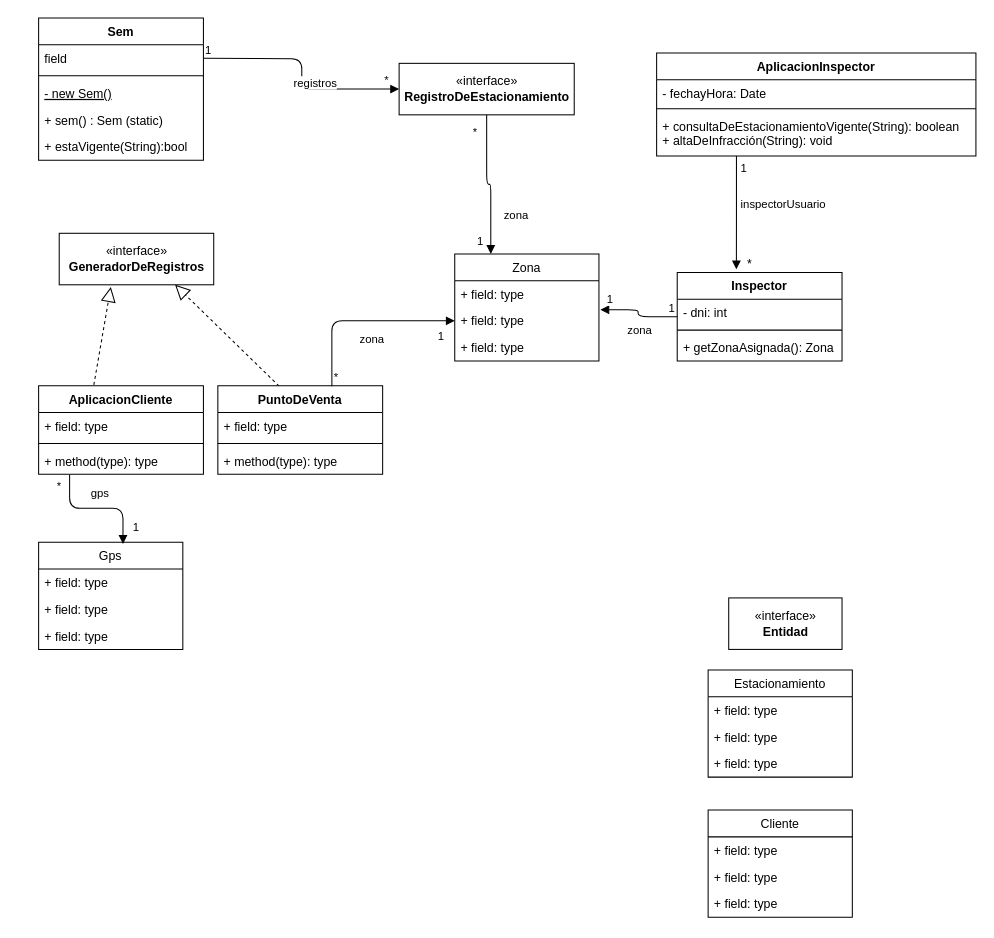
laautarolopez/grupo9-tpintegrador keeps this draw.io diagram as Untitled Diagram.drawio. Above is the earlier version. Source tidied: cells renumbered, new cells numbered last; positions are measured from the earlier drawing's top-left corner, leaving out a move shared by most shapes. Both pictures are drawn from the tidied source at 103%, with x=0, y=0 at pixel (38, 18).
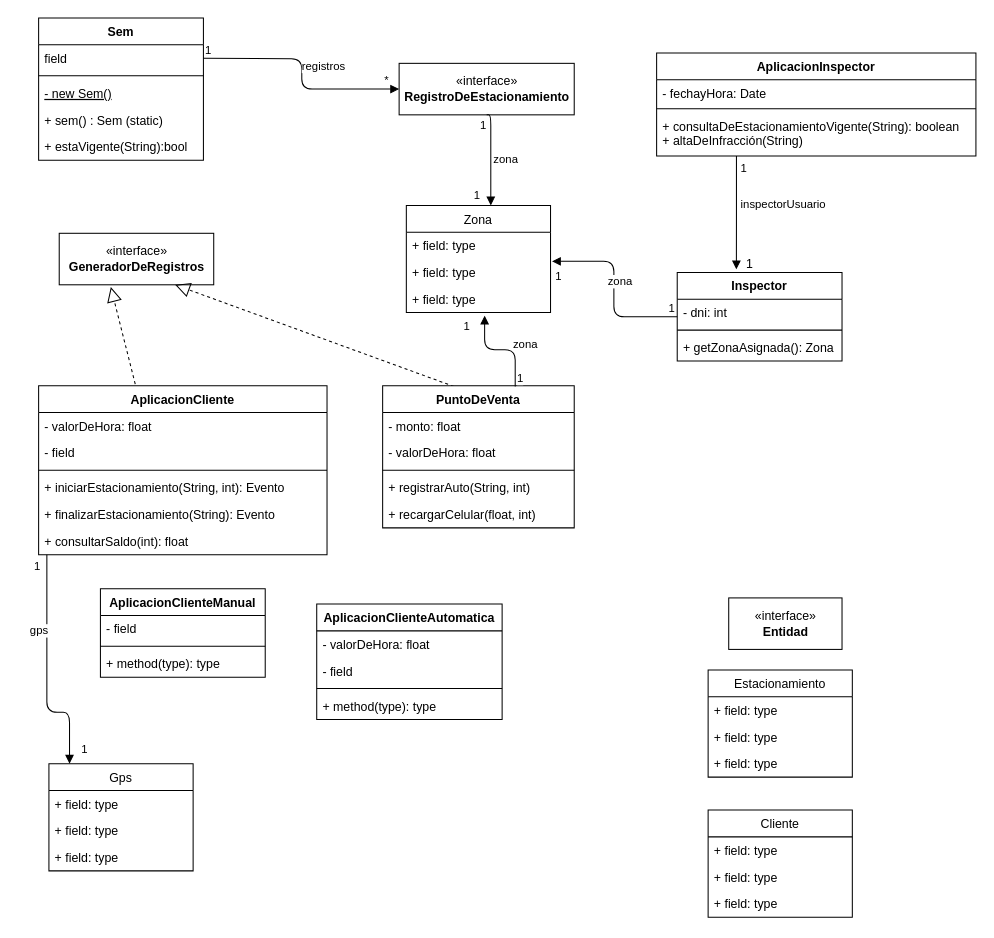
Above is the later version.

Unchanged cells that the change refers to:
```xml
<mxCell id="2" value="«interface»&lt;br&gt;&lt;b&gt;RegistroDeEstacionamiento&lt;/b&gt;" style="html=1;" parent="1" vertex="1">
  <mxGeometry x="350" y="44" width="170" height="50" as="geometry" />
</mxCell>
<mxCell id="19" value="+ field: type" style="text;strokeColor=none;fillColor=none;align=left;verticalAlign=top;spacingLeft=4;spacingRight=4;overflow=hidden;points=[[0,0.5],[1,0.5]];portConstraint=eastwest;" parent="17" vertex="1">
  <mxGeometry y="52" width="140" height="26" as="geometry" />
</mxCell>
<mxCell id="20" value="+ field: type" style="text;strokeColor=none;fillColor=none;align=left;verticalAlign=top;spacingLeft=4;spacingRight=4;overflow=hidden;points=[[0,0.5],[1,0.5]];portConstraint=eastwest;" parent="17" vertex="1">
  <mxGeometry y="78" width="140" height="26" as="geometry" />
</mxCell>
<mxCell id="46" value="AplicacionInspector" style="swimlane;fontStyle=1;align=center;verticalAlign=top;horizontal=1;startSize=26;" parent="1" vertex="1">
  <mxGeometry x="600" y="34" width="310" height="100" as="geometry" />
</mxCell>
```

What changed in the source:
```diff
@@
     <mxCell id="3" value="registros" style="endArrow=block;endFill=1;html=1;edgeStyle=orthogonalEdgeStyle;align=left;verticalAlign=top;entryX=0;entryY=0.5;entryDx=0;entryDy=0;exitX=1;exitY=0.5;exitDx=0;exitDy=0;" parent="1" edge="1" target="2">
-      <mxGeometry x="0.01" y="-5" relative="1" as="geometry">
+      <mxGeometry x="-0.14" y="5" relative="1" as="geometry">
         <mxPoint x="160" y="39" as="sourcePoint" />
-        <mxPoint x="-5" y="-5" as="offset" />
       </mxGeometry>
     </mxCell>
@@
     <mxCell id="9" value="AplicacionCliente" style="swimlane;fontStyle=1;align=center;verticalAlign=top;horizontal=1;startSize=26;" parent="1" vertex="1">
-      <mxGeometry y="357" width="160" height="86" as="geometry" />
+      <mxGeometry y="357" width="280" height="164" as="geometry" />
     </mxCell>
+    <mxCell id="63" value="- valorDeHora: float" style="text;strokeColor=none;fillColor=none;align=left;verticalAlign=top;spacingLeft=4;spacingRight=4;overflow=hidden;" parent="9" vertex="1">
+      <mxGeometry y="26" width="280" height="26" as="geometry" />
+    </mxCell>
-    <mxCell id="10" value="+ field: type" style="text;strokeColor=none;fillColor=none;align=left;verticalAlign=top;spacingLeft=4;spacingRight=4;overflow=hidden;" parent="9" vertex="1">
-      <mxGeometry y="26" width="160" height="26" as="geometry" />
+    <mxCell id="10" value="- field" style="text;strokeColor=none;fillColor=none;align=left;verticalAlign=top;spacingLeft=4;spacingRight=4;overflow=hidden;" parent="9" vertex="1">
+      <mxGeometry y="52" width="280" height="26" as="geometry" />
     </mxCell>
     <mxCell id="11" style="line;strokeWidth=1;fillColor=none;align=left;verticalAlign=middle;spacingTop=-1;spacingLeft=3;spacingRight=3;labelPosition=right;" parent="9" vertex="1">
-      <mxGeometry y="52" width="160" height="8" as="geometry" />
+      <mxGeometry y="78" width="280" height="8" as="geometry" />
     </mxCell>
+    <mxCell id="64" value="+ iniciarEstacionamiento(String, int): Evento" style="text;strokeColor=none;fillColor=none;align=left;verticalAlign=top;spacingLeft=4;spacingRight=4;overflow=hidden;" parent="9" vertex="1">
+      <mxGeometry y="86" width="280" height="26" as="geometry" />
+    </mxCell>
+    <mxCell id="65" value="+ finalizarEstacionamiento(String): Evento" style="text;strokeColor=none;fillColor=none;align=left;verticalAlign=top;spacingLeft=4;spacingRight=4;overflow=hidden;" parent="9" vertex="1">
+      <mxGeometry y="112" width="280" height="26" as="geometry" />
+    </mxCell>
-    <mxCell id="12" value="+ method(type): type" style="text;strokeColor=none;fillColor=none;align=left;verticalAlign=top;spacingLeft=4;spacingRight=4;overflow=hidden;points=[[0,0.5],[1,0.5]];portConstraint=eastwest;" parent="9" vertex="1">
-      <mxGeometry y="60" width="160" height="26" as="geometry" />
+    <mxCell id="12" value="+ consultarSaldo(int): float" style="text;strokeColor=none;fillColor=none;align=left;verticalAlign=top;spacingLeft=4;spacingRight=4;overflow=hidden;points=[[0,0.5],[1,0.5]];portConstraint=eastwest;" parent="9" vertex="1">
+      <mxGeometry y="138" width="280" height="26" as="geometry" />
     </mxCell>
     <mxCell id="13" value="PuntoDeVenta" style="swimlane;fontStyle=1;align=center;verticalAlign=top;horizontal=1;startSize=26;" parent="1" vertex="1">
-      <mxGeometry x="174" y="357" width="160" height="86" as="geometry" />
+      <mxGeometry x="334" y="357" width="186" height="138" as="geometry" />
     </mxCell>
-    <mxCell id="14" value="+ field: type" style="text;strokeColor=none;fillColor=none;align=left;verticalAlign=top;spacingLeft=4;spacingRight=4;overflow=hidden;" parent="13" vertex="1">
-      <mxGeometry y="26" width="160" height="26" as="geometry" />
+    <mxCell id="14" value="- monto: float" style="text;strokeColor=none;fillColor=none;align=left;verticalAlign=top;spacingLeft=4;spacingRight=4;overflow=hidden;" parent="13" vertex="1">
+      <mxGeometry y="26" width="186" height="26" as="geometry" />
     </mxCell>
+    <mxCell id="66" value="- valorDeHora: float" style="text;strokeColor=none;fillColor=none;align=left;verticalAlign=top;spacingLeft=4;spacingRight=4;overflow=hidden;" parent="13" vertex="1">
+      <mxGeometry y="52" width="186" height="26" as="geometry" />
+    </mxCell>
     <mxCell id="15" style="line;strokeWidth=1;fillColor=none;align=left;verticalAlign=middle;spacingTop=-1;spacingLeft=3;spacingRight=3;labelPosition=right;" parent="13" vertex="1">
-      <mxGeometry y="52" width="160" height="8" as="geometry" />
+      <mxGeometry y="78" width="186" height="8" as="geometry" />
     </mxCell>
-    <mxCell id="16" value="+ method(type): type" style="text;strokeColor=none;fillColor=none;align=left;verticalAlign=top;spacingLeft=4;spacingRight=4;overflow=hidden;" parent="13" vertex="1">
-      <mxGeometry y="60" width="160" height="26" as="geometry" />
+    <mxCell id="16" value="+ registrarAuto(String, int)" style="text;strokeColor=none;fillColor=none;align=left;verticalAlign=top;spacingLeft=4;spacingRight=4;overflow=hidden;" parent="13" vertex="1">
+      <mxGeometry y="86" width="186" height="26" as="geometry" />
     </mxCell>
+    <mxCell id="67" value="+ recargarCelular(float, int)" style="text;strokeColor=none;fillColor=none;align=left;verticalAlign=top;spacingLeft=4;spacingRight=4;overflow=hidden;" parent="13" vertex="1">
+      <mxGeometry y="112" width="186" height="26" as="geometry" />
+    </mxCell>
     <mxCell id="17" value="Zona" style="swimlane;fontStyle=0;horizontal=1;startSize=26;fillColor=none;" parent="1" vertex="1">
-      <mxGeometry x="404" y="229" width="140" height="104" as="geometry" />
+      <mxGeometry x="357" y="182" width="140" height="104" as="geometry" />
     </mxCell>
@@
     <mxCell id="21" value="Gps" style="swimlane;fontStyle=0;horizontal=1;startSize=26;fillColor=none;" parent="1" vertex="1">
-      <mxGeometry y="509" width="140" height="104" as="geometry" />
+      <mxGeometry x="10" y="724" width="140" height="104" as="geometry" />
     </mxCell>
@@
-    <mxCell id="25" value="gps" style="endArrow=block;endFill=1;html=1;edgeStyle=orthogonalEdgeStyle;align=left;verticalAlign=top;exitX=0.188;exitY=1.02;exitDx=0;exitDy=0;exitPerimeter=0;entryX=0.585;entryY=0.015;entryDx=0;entryDy=0;entryPerimeter=0;" parent="1" edge="1" source="12" target="21">
-      <mxGeometry x="-0.12" y="27" relative="1" as="geometry">
-        <mxPoint x="-1" as="offset" />
+    <mxCell id="25" value="gps" style="endArrow=block;endFill=1;html=1;edgeStyle=orthogonalEdgeStyle;align=left;verticalAlign=top;" parent="1" edge="1" source="12" target="21">
+      <mxGeometry x="-0.46" y="-18" relative="1" as="geometry">
+        <Array as="points">
+          <mxPoint x="8" y="674" />
+          <mxPoint x="30" y="674" />
+        </Array>
       </mxGeometry>
     </mxCell>
-    <mxCell id="26" value="*" style="edgeLabel;html=1;align=left;verticalAlign=bottom;" parent="25" vertex="1">
+    <mxCell id="26" value="1" style="edgeLabel;html=1;align=left;verticalAlign=bottom;" parent="25" vertex="1">
       <mxGeometry x="-1" relative="1" as="geometry">
         <mxPoint x="-14" y="19" as="offset" />
       </mxGeometry>
     </mxCell>
     <mxCell id="27" value="1" style="edgeLabel;html=1;align=left;verticalAlign=bottom;" parent="1" vertex="1">
-      <mxGeometry x="30" y="479" as="geometry">
+      <mxGeometry x="-20" y="694" as="geometry">
         <mxPoint x="60" y="24" as="offset" />
       </mxGeometry>
     </mxCell>
-    <mxCell id="28" value="zona" style="endArrow=block;endFill=1;html=1;edgeStyle=orthogonalEdgeStyle;align=left;verticalAlign=top;exitX=0.692;exitY=0.005;exitDx=0;exitDy=0;exitPerimeter=0;" parent="1" edge="1" source="13" target="19">
-      <mxGeometry x="-0.36" y="-25" relative="1" as="geometry" />
+    <mxCell id="28" value="zona" style="endArrow=block;endFill=1;html=1;edgeStyle=orthogonalEdgeStyle;align=left;verticalAlign=top;exitX=0.692;exitY=0.005;exitDx=0;exitDy=0;exitPerimeter=0;entryX=0.543;entryY=1.115;entryDx=0;entryDy=0;entryPerimeter=0;" parent="1" edge="1" source="13" target="20">
+      <mxGeometry x="-0.27" y="18" relative="1" as="geometry">
+        <Array as="points">
+          <mxPoint x="463" y="322" />
+          <mxPoint x="433" y="322" />
+        </Array>
+        <mxPoint x="-3" y="-36" as="offset" />
+      </mxGeometry>
     </mxCell>
-    <mxCell id="29" value="*" style="edgeLabel;html=1;align=left;verticalAlign=bottom;" parent="28" vertex="1">
+    <mxCell id="29" value="1" style="edgeLabel;html=1;align=left;verticalAlign=bottom;" parent="28" vertex="1">
       <mxGeometry x="-1" relative="1" as="geometry" />
     </mxCell>
     <mxCell id="30" value="1" style="edgeLabel;html=1;align=left;verticalAlign=bottom;" parent="1" vertex="1">
-      <mxGeometry x="294.7" y="367.4" as="geometry">
+      <mxGeometry x="320" y="357" as="geometry">
         <mxPoint x="91" y="-50" as="offset" />
       </mxGeometry>
     </mxCell>
-    <mxCell id="31" value="zona" style="endArrow=block;endFill=1;html=1;edgeStyle=orthogonalEdgeStyle;align=left;verticalAlign=top;exitX=0.5;exitY=1;exitDx=0;exitDy=0;entryX=0.25;entryY=0;entryDx=0;entryDy=0;" parent="1" edge="1" source="2" target="17">
-      <mxGeometry x="0.28" y="11" relative="1" as="geometry" />
+    <mxCell id="31" value="zona" style="endArrow=block;endFill=1;html=1;edgeStyle=orthogonalEdgeStyle;align=left;verticalAlign=top;exitX=0.5;exitY=1;exitDx=0;exitDy=0;" parent="1" edge="1" source="2">
+      <mxGeometry x="-0.26" y="1" relative="1" as="geometry">
+        <mxPoint x="439" y="182" as="targetPoint" />
+        <Array as="points">
+          <mxPoint x="439" y="94" />
+        </Array>
+      </mxGeometry>
     </mxCell>
-    <mxCell id="32" value="*" style="edgeLabel;html=1;align=left;verticalAlign=bottom;" parent="31" vertex="1">
+    <mxCell id="32" value="1" style="edgeLabel;html=1;align=left;verticalAlign=bottom;" parent="31" vertex="1">
       <mxGeometry x="-1" relative="1" as="geometry">
-        <mxPoint x="-15" y="25" as="offset" />
+        <mxPoint x="-8" y="18" as="offset" />
       </mxGeometry>
     </mxCell>
     <mxCell id="33" value="1" style="edgeLabel;html=1;align=left;verticalAlign=bottom;" parent="1" vertex="1">
-      <mxGeometry x="430" y="129" as="geometry">
+      <mxGeometry x="427" y="84" as="geometry">
         <mxPoint x="-6" y="96" as="offset" />
       </mxGeometry>
     </mxCell>
@@
     <mxCell id="45" value="1" style="edgeLabel;html=1;align=left;verticalAlign=bottom;" parent="1" vertex="1">
-      <mxGeometry x="550" y="281" as="geometry" />
+      <mxGeometry x="500" y="259" as="geometry" />
     </mxCell>
@@
-    <mxCell id="49" value="+ consultaDeEstacionamientoVigente(String): boolean&#10;+ altaDeInfracción(String): void&#10;" style="text;strokeColor=none;fillColor=none;align=left;verticalAlign=top;spacingLeft=4;spacingRight=4;overflow=hidden;" parent="46" vertex="1">
+    <mxCell id="49" value="+ consultaDeEstacionamientoVigente(String): boolean&#10;+ altaDeInfracción(String)" style="text;strokeColor=none;fillColor=none;align=left;verticalAlign=top;spacingLeft=4;spacingRight=4;overflow=hidden;" parent="46" vertex="1">
       <mxGeometry y="58" width="310" height="42" as="geometry" />
     </mxCell>
@@
-    <mxCell id="56" value="*" style="text;html=1;align=center;verticalAlign=middle;" parent="1" vertex="1">
+    <mxCell id="56" value="1" style="text;html=1;align=center;verticalAlign=middle;" parent="1" vertex="1">
       <mxGeometry x="680" y="229" width="20" height="20" as="geometry" />
     </mxCell>
@@
+    <mxCell id="68" value="AplicacionClienteManual" style="swimlane;fontStyle=1;align=center;verticalAlign=top;horizontal=1;startSize=26;" parent="1" vertex="1">
+      <mxGeometry x="60" y="554" width="160" height="86" as="geometry" />
+    </mxCell>
+    <mxCell id="69" value="- field" style="text;strokeColor=none;fillColor=none;align=left;verticalAlign=top;spacingLeft=4;spacingRight=4;overflow=hidden;" parent="68" vertex="1">
+      <mxGeometry y="26" width="160" height="26" as="geometry" />
+    </mxCell>
+    <mxCell id="70" style="line;strokeWidth=1;fillColor=none;align=left;verticalAlign=middle;spacingTop=-1;spacingLeft=3;spacingRight=3;labelPosition=right;" parent="68" vertex="1">
+      <mxGeometry y="52" width="160" height="8" as="geometry" />
+    </mxCell>
+    <mxCell id="71" value="+ method(type): type" style="text;strokeColor=none;fillColor=none;align=left;verticalAlign=top;spacingLeft=4;spacingRight=4;overflow=hidden;" parent="68" vertex="1">
+      <mxGeometry y="60" width="160" height="26" as="geometry" />
+    </mxCell>
+    <mxCell id="72" value="AplicacionClienteAutomatica" style="swimlane;fontStyle=1;align=center;verticalAlign=top;horizontal=1;startSize=26;" parent="1" vertex="1">
+      <mxGeometry x="270" y="569" width="180" height="112" as="geometry" />
+    </mxCell>
+    <mxCell id="73" value="- valorDeHora: float" style="text;strokeColor=none;fillColor=none;align=left;verticalAlign=top;spacingLeft=4;spacingRight=4;overflow=hidden;" parent="72" vertex="1">
+      <mxGeometry y="26" width="180" height="26" as="geometry" />
+    </mxCell>
+    <mxCell id="74" value="- field" style="text;strokeColor=none;fillColor=none;align=left;verticalAlign=top;spacingLeft=4;spacingRight=4;overflow=hidden;" parent="72" vertex="1">
+      <mxGeometry y="52" width="180" height="26" as="geometry" />
+    </mxCell>
+    <mxCell id="75" style="line;strokeWidth=1;fillColor=none;align=left;verticalAlign=middle;spacingTop=-1;spacingLeft=3;spacingRight=3;labelPosition=right;" parent="72" vertex="1">
+      <mxGeometry y="78" width="180" height="8" as="geometry" />
+    </mxCell>
+    <mxCell id="76" value="+ method(type): type" style="text;strokeColor=none;fillColor=none;align=left;verticalAlign=top;spacingLeft=4;spacingRight=4;overflow=hidden;" parent="72" vertex="1">
+      <mxGeometry y="86" width="180" height="26" as="geometry" />
+    </mxCell>
```
